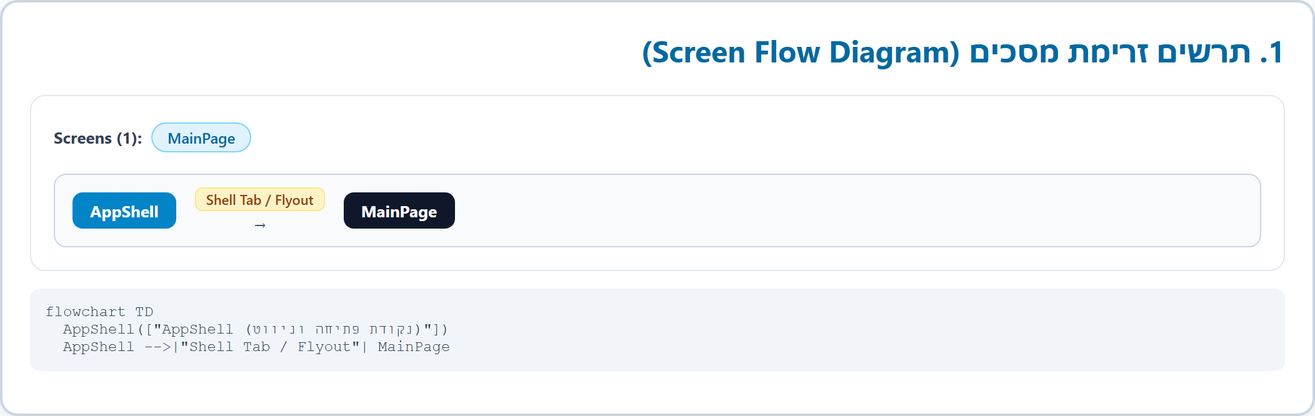
This is Learning/Images/Screen-Flow.png from stma1one/MauiGoogleMapSample, a Mermaid export, as it was before one commit. Its source is kept beside it as Learning/Diagrams/Screen-Flow.mmd. Source of this version:
```mermaid
flowchart TD
  AppShell(["AppShell (נקודת פתיחה וניווט)"])
  AppShell -->|"Shell Tab / Flyout"| MainPage
```
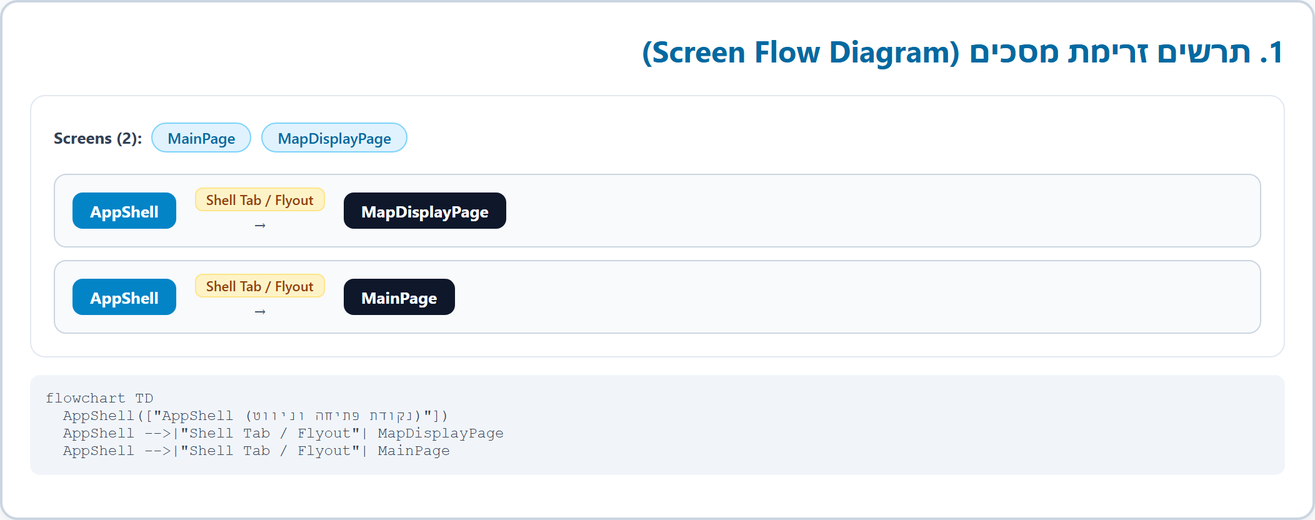
The same diagram one commit later.

What changed in the source:
```diff
@@ -1,3 +1,4 @@
 flowchart TD
   AppShell(["AppShell (נקודת פתיחה וניווט)"])
+  AppShell -->|"Shell Tab / Flyout"| MapDisplayPage
   AppShell -->|"Shell Tab / Flyout"| MainPage
```
